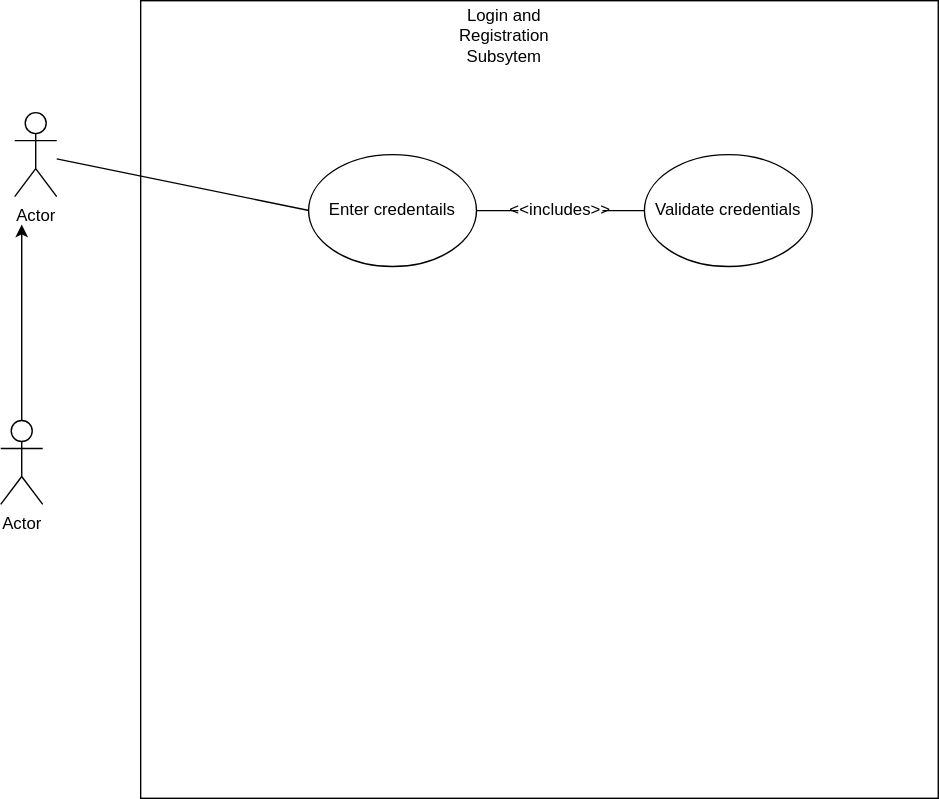
Above: usec.svg in Simamkele88/IFM3_GP (draw.io), before the change. Source tidied: cells renumbered, new cells last; positions are measured from the earlier drawing's top-left corner, leaving out a move shared by most shapes.
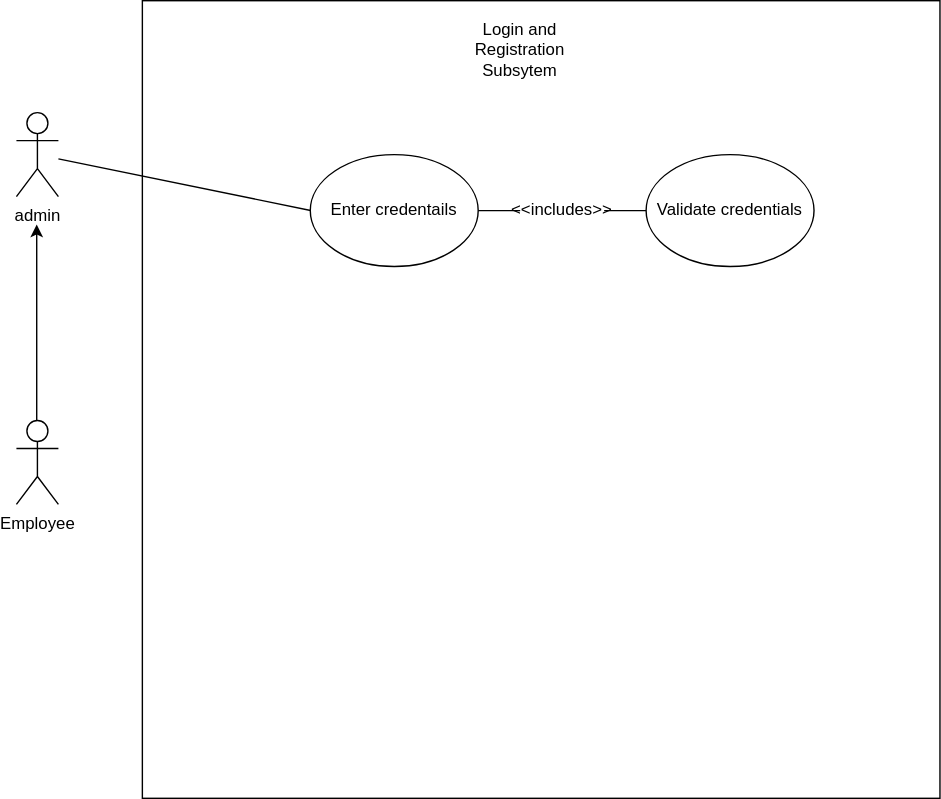
After the commit.

What changed in the source:
```diff
@@ -11,20 +11,20 @@
     <mxCell id="4" value="Enter credentails" style="ellipse;whiteSpace=wrap;html=1;" parent="1" vertex="1">
       <mxGeometry x="220" y="110" width="120" height="80" as="geometry" />
     </mxCell>
-    <mxCell id="5" value="Actor" style="shape=umlActor;verticalLabelPosition=bottom;verticalAlign=top;html=1;outlineConnect=0;" parent="1" vertex="1">
+    <mxCell id="5" value="admin&lt;div&gt;&lt;br&gt;&lt;/div&gt;" style="shape=umlActor;verticalLabelPosition=bottom;verticalAlign=top;html=1;outlineConnect=0;" parent="1" vertex="1">
       <mxGeometry x="10" y="80" width="30" height="60" as="geometry" />
     </mxCell>
-    <mxCell id="6" value="Actor" style="shape=umlActor;verticalLabelPosition=bottom;verticalAlign=top;html=1;" parent="1" vertex="1">
-      <mxGeometry y="300" width="30" height="60" as="geometry" />
+    <mxCell id="6" value="Employee" style="shape=umlActor;verticalLabelPosition=bottom;verticalAlign=top;html=1;" parent="1" vertex="1">
+      <mxGeometry x="10" y="300" width="30" height="60" as="geometry" />
     </mxCell>
     <mxCell id="7" style="endArrow=classic;html=1;rounded=0;" parent="1" edge="1">
       <mxGeometry relative="1" as="geometry">
-        <mxPoint x="15" y="300" as="sourcePoint" />
-        <mxPoint x="15" y="160" as="targetPoint" />
+        <mxPoint x="24.5" y="300" as="sourcePoint" />
+        <mxPoint x="24.5" y="160" as="targetPoint" />
       </mxGeometry>
     </mxCell>
     <mxCell id="8" value="Login&amp;nbsp;and Registration Subsytem" style="text;html=1;align=center;verticalAlign=middle;whiteSpace=wrap;rounded=0;" parent="1" vertex="1">
-      <mxGeometry x="330" y="10" width="60" height="30" as="geometry" />
+      <mxGeometry x="340" y="20" width="60" height="30" as="geometry" />
     </mxCell>
     <mxCell id="9" style="endArrow=none;html=1;rounded=0;entryX=0.211;entryY=0.263;entryDx=0;entryDy=0;entryPerimeter=0;" parent="1" edge="1" source="5" target="3">
       <mxGeometry relative="1" as="geometry" />
```
